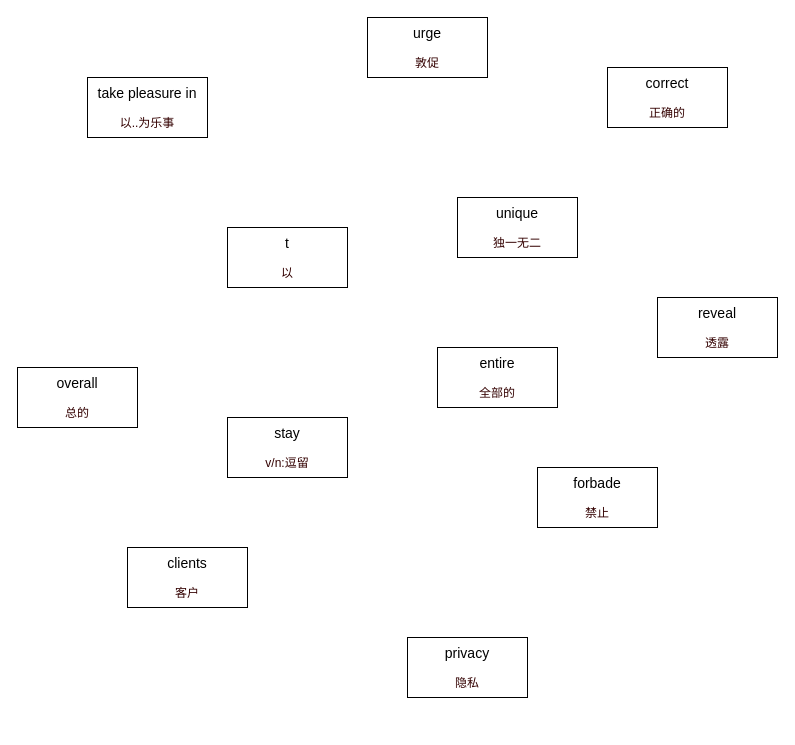
The draw.io diagram ocean.drawio in banBlue/drawio, before the edit. Source tidied: cells renumbered, new cells numbered last; positions are measured from the earlier drawing's top-left corner, leaving out a move shared by most shapes. Both pictures are drawn from the tidied source at 100%, with x=0, y=0 at pixel (17, 17).
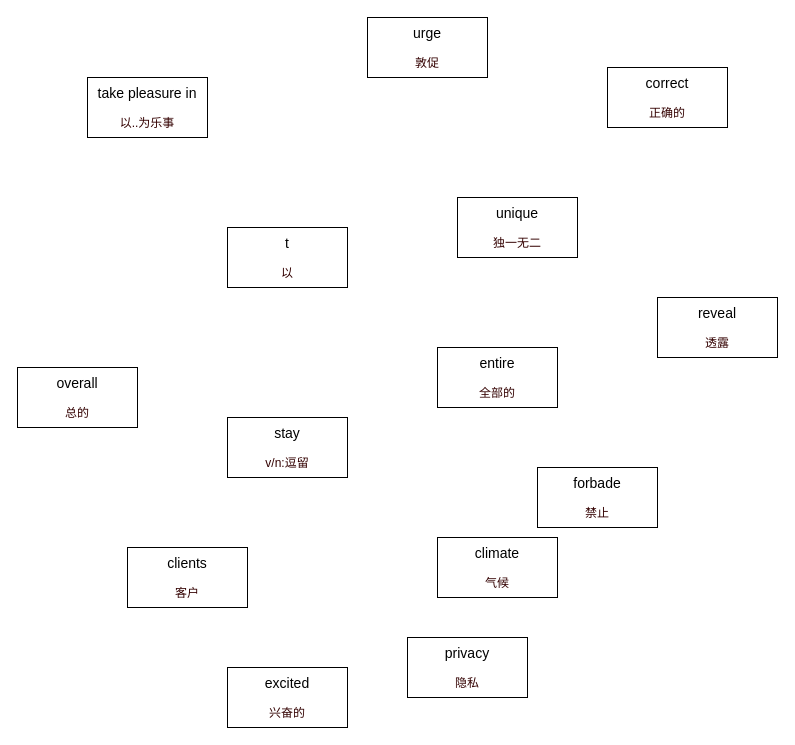
The same diagram, later.

What changed in the source:
```diff
@@
 <mxGraphModel>
   <root>
     <mxCell id="0" />
     <mxCell id="1" parent="0" />
     <mxCell id="2" value="&lt;font style=&quot;font-size: 14px&quot;&gt;take pleasure in&lt;br&gt;&lt;/font&gt;&lt;br&gt;&lt;font color=&quot;#330000&quot;&gt;以..为乐事&lt;/font&gt;" style="rounded=0;whiteSpace=wrap;html=1;" parent="1" vertex="1">
       <mxGeometry x="70" y="60" width="120" height="60" as="geometry" />
     </mxCell>
     <mxCell id="3" value="&lt;font style=&quot;font-size: 14px&quot;&gt;t&lt;br&gt;&lt;/font&gt;&lt;br&gt;&lt;font color=&quot;#330000&quot;&gt;以&lt;/font&gt;" style="rounded=0;whiteSpace=wrap;html=1;" parent="1" vertex="1">
       <mxGeometry x="210" y="210" width="120" height="60" as="geometry" />
     </mxCell>
     <mxCell id="4" value="&lt;font style=&quot;font-size: 14px&quot;&gt;overall&lt;br&gt;&lt;/font&gt;&lt;br&gt;&lt;font color=&quot;#330000&quot;&gt;总的&lt;/font&gt;" style="rounded=0;whiteSpace=wrap;html=1;" parent="1" vertex="1">
       <mxGeometry y="350" width="120" height="60" as="geometry" />
     </mxCell>
     <mxCell id="5" value="&lt;font style=&quot;font-size: 14px&quot;&gt;stay&lt;br&gt;&lt;/font&gt;&lt;br&gt;&lt;font color=&quot;#330000&quot;&gt;v/n:逗留&lt;/font&gt;" style="rounded=0;whiteSpace=wrap;html=1;" parent="1" vertex="1">
       <mxGeometry x="210" y="400" width="120" height="60" as="geometry" />
     </mxCell>
     <mxCell id="6" value="&lt;font style=&quot;font-size: 14px&quot;&gt;entire&lt;br&gt;&lt;/font&gt;&lt;br&gt;&lt;font color=&quot;#330000&quot;&gt;全部的&lt;/font&gt;" style="rounded=0;whiteSpace=wrap;html=1;" parent="1" vertex="1">
       <mxGeometry x="420" y="330" width="120" height="60" as="geometry" />
     </mxCell>
     <mxCell id="7" value="&lt;font style=&quot;font-size: 14px&quot;&gt;correct&lt;br&gt;&lt;/font&gt;&lt;br&gt;&lt;font color=&quot;#330000&quot;&gt;正确的&lt;/font&gt;" style="rounded=0;whiteSpace=wrap;html=1;" parent="1" vertex="1">
       <mxGeometry x="590" y="50" width="120" height="60" as="geometry" />
     </mxCell>
     <mxCell id="8" value="&lt;font style=&quot;font-size: 14px&quot;&gt;unique&lt;br&gt;&lt;/font&gt;&lt;br&gt;&lt;font color=&quot;#330000&quot;&gt;独一无二&lt;/font&gt;" style="rounded=0;whiteSpace=wrap;html=1;" parent="1" vertex="1">
       <mxGeometry x="440" y="180" width="120" height="60" as="geometry" />
     </mxCell>
     <mxCell id="9" value="&lt;font style=&quot;font-size: 14px&quot;&gt;forbade&lt;br&gt;&lt;/font&gt;&lt;br&gt;&lt;font color=&quot;#330000&quot;&gt;禁止&lt;/font&gt;" style="rounded=0;whiteSpace=wrap;html=1;" parent="1" vertex="1">
       <mxGeometry x="520" y="450" width="120" height="60" as="geometry" />
     </mxCell>
     <mxCell id="10" value="&lt;font style=&quot;font-size: 14px&quot;&gt;reveal&lt;br&gt;&lt;/font&gt;&lt;br&gt;&lt;font color=&quot;#330000&quot;&gt;透露&lt;/font&gt;" style="rounded=0;whiteSpace=wrap;html=1;" parent="1" vertex="1">
       <mxGeometry x="640" y="280" width="120" height="60" as="geometry" />
     </mxCell>
     <mxCell id="11" value="&lt;font style=&quot;font-size: 14px&quot;&gt;clients&lt;br&gt;&lt;/font&gt;&lt;br&gt;&lt;font color=&quot;#330000&quot;&gt;客户&lt;/font&gt;" style="rounded=0;whiteSpace=wrap;html=1;" parent="1" vertex="1">
       <mxGeometry x="110" y="530" width="120" height="60" as="geometry" />
     </mxCell>
     <mxCell id="12" value="&lt;font style=&quot;font-size: 14px&quot;&gt;privacy&lt;br&gt;&lt;/font&gt;&lt;br&gt;&lt;font color=&quot;#330000&quot;&gt;隐私&lt;/font&gt;" style="rounded=0;whiteSpace=wrap;html=1;" parent="1" vertex="1">
       <mxGeometry x="390" y="620" width="120" height="60" as="geometry" />
     </mxCell>
     <mxCell id="13" value="&lt;font style=&quot;font-size: 14px&quot;&gt;urge&lt;br&gt;&lt;/font&gt;&lt;br&gt;&lt;font color=&quot;#330000&quot;&gt;敦促&lt;/font&gt;" style="rounded=0;whiteSpace=wrap;html=1;" parent="1" vertex="1">
       <mxGeometry x="350" width="120" height="60" as="geometry" />
     </mxCell>
+    <mxCell id="14" value="&lt;font style=&quot;font-size: 14px&quot;&gt;climate&lt;br&gt;&lt;/font&gt;&lt;br&gt;&lt;font color=&quot;#330000&quot;&gt;气候&lt;/font&gt;" style="rounded=0;whiteSpace=wrap;html=1;" parent="1" vertex="1">
+      <mxGeometry x="420" y="520" width="120" height="60" as="geometry" />
+    </mxCell>
+    <mxCell id="15" value="&lt;font style=&quot;font-size: 14px&quot;&gt;excited&lt;br&gt;&lt;/font&gt;&lt;br&gt;&lt;font color=&quot;#330000&quot;&gt;兴奋的&lt;/font&gt;" style="rounded=0;whiteSpace=wrap;html=1;" parent="1" vertex="1">
+      <mxGeometry x="210" y="650" width="120" height="60" as="geometry" />
+    </mxCell>
   </root>
 </mxGraphModel>
```
